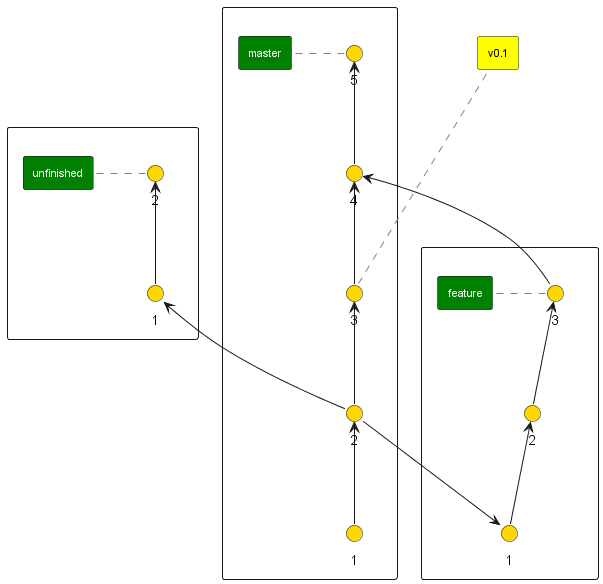
bram85/git.plantuml keeps this PlantUML diagram as img/example.png. Above is the earlier version.
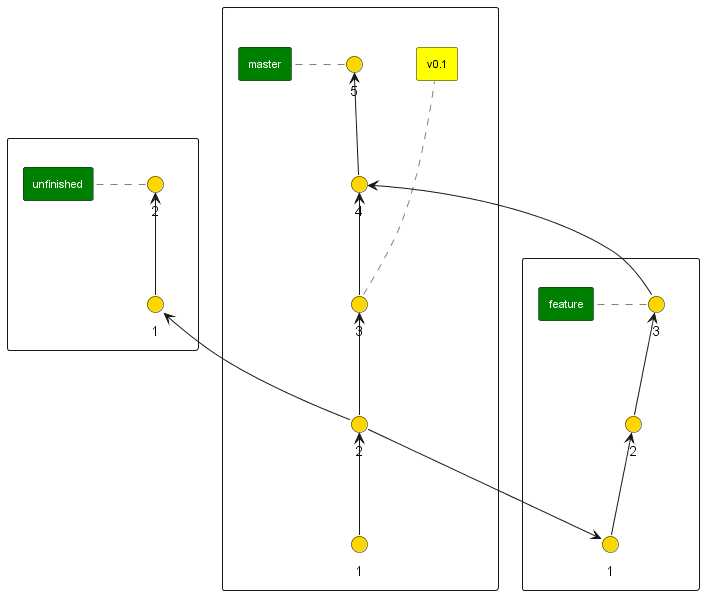
Later version of the same file.

Commit message:
Update example, keep tag within the master branch rectangle

The edit, as a diff of the source:
```diff
@@ -1,9 +1,10 @@
 @startuml
 !include git.plantuml
 
-$branch(master, 5)
+$branch_start(master, 5)
+$tag(master3, v0.1)
+$branch_stop()
+
 $branch(feature, 3, master, 2, master, 4)
 $branch(unfinished, 2, master, 2)
-
-$tag(master3, v0.1)
 @enduml
```
